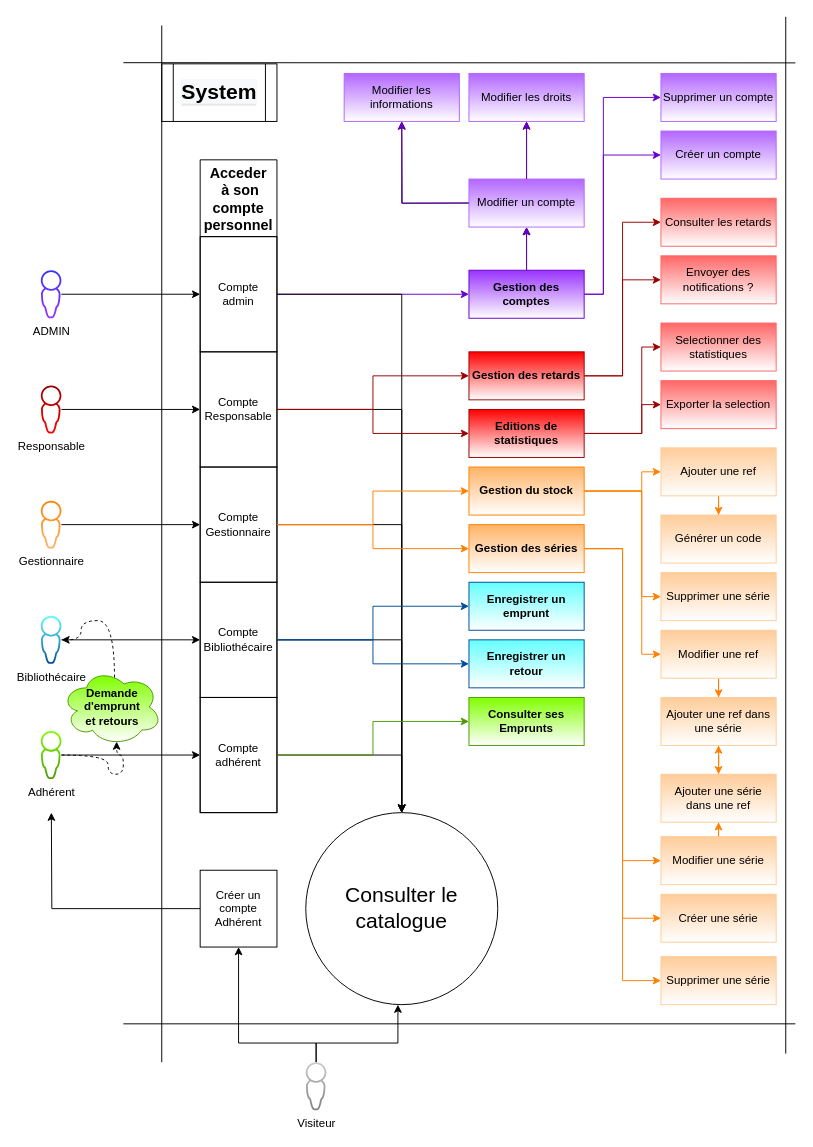
This is UML/2 Diagram fonctionnel.drawio from U-Louis/BDTK, a draw.io file, before an edit. Source tidied: cells renumbered, new cells numbered last; positions are measured from the earlier drawing's top-left corner, leaving out a move shared by most shapes. Both pictures are drawn from the tidied source at 96%, with x=0, y=0 at pixel (40, 16).
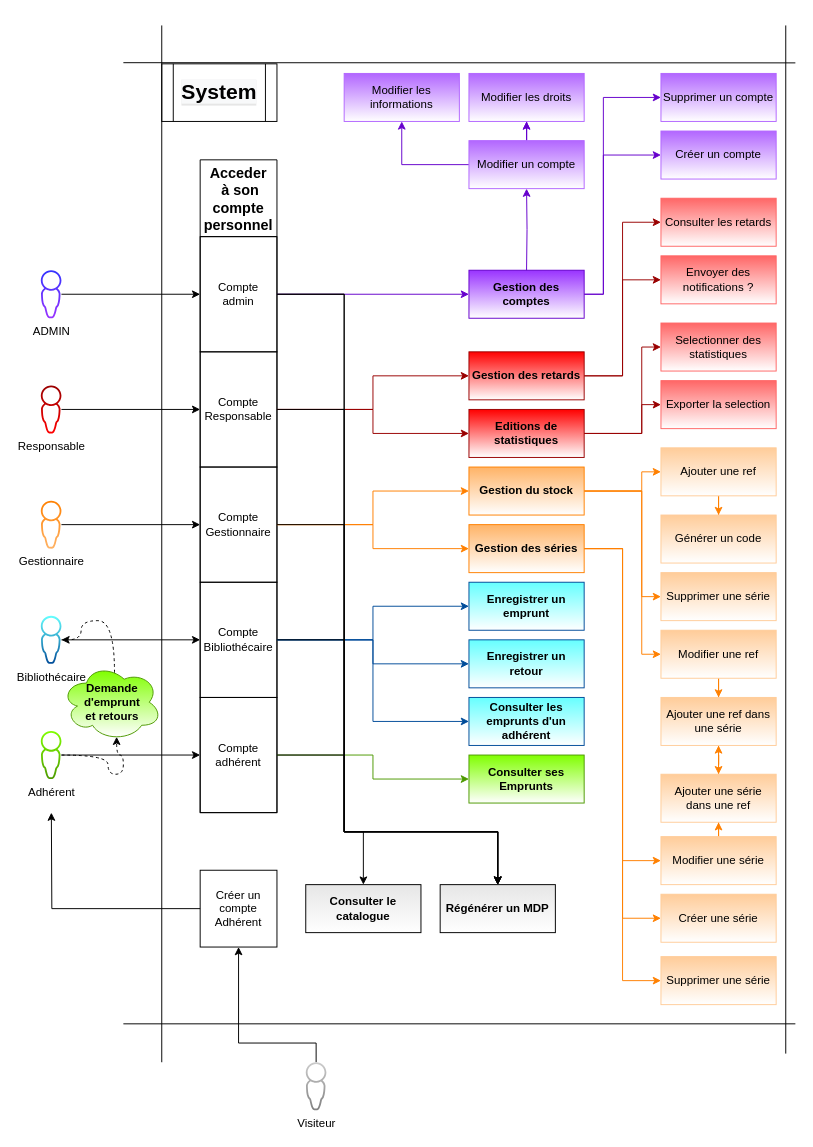
After the change.

Unchanged cells that the change refers to:
```xml
<mxCell id="16" value="Visiteur" style="shadow=0;dashed=0;html=1;strokeColor=none;labelPosition=center;verticalLabelPosition=bottom;verticalAlign=top;align=center;outlineConnect=0;shape=mxgraph.vvd.administrator;fillColor=#CCCCCC;gradientColor=#808080;" parent="1" vertex="1">
  <mxGeometry x="276" y="1089" width="21.5" height="50" as="geometry" />
</mxCell>
<mxCell id="20" value="&lt;b&gt;Gestion des comptes&lt;/b&gt;" style="rounded=0;whiteSpace=wrap;html=1;fillColor=#9933FF;gradientColor=#ffffff;strokeColor=#6600CC;" parent="1" vertex="1">
  <mxGeometry x="446" y="264" width="120" height="50" as="geometry" />
</mxCell>
<mxCell id="23" value="Compte admin" style="rounded=0;whiteSpace=wrap;html=1;fillColor=none;gradientColor=none;" parent="22" vertex="1">
  <mxGeometry y="80" width="80" height="120" as="geometry" />
</mxCell>
<mxCell id="24" value="Compte Responsable" style="rounded=0;whiteSpace=wrap;html=1;fillColor=none;gradientColor=none;" parent="22" vertex="1">
  <mxGeometry y="200" width="80" height="120" as="geometry" />
</mxCell>
<mxCell id="25" value="Compte Gestionnaire" style="rounded=0;whiteSpace=wrap;html=1;fillColor=none;gradientColor=none;" parent="22" vertex="1">
  <mxGeometry y="320" width="80" height="120" as="geometry" />
</mxCell>
<mxCell id="26" value="Compte Bibliothécaire" style="rounded=0;whiteSpace=wrap;html=1;fillColor=none;gradientColor=none;" parent="22" vertex="1">
  <mxGeometry y="440" width="80" height="120" as="geometry" />
</mxCell>
<mxCell id="27" value="Compte adhérent" style="rounded=0;whiteSpace=wrap;html=1;fillColor=none;gradientColor=none;" parent="22" vertex="1">
  <mxGeometry y="560" width="80" height="120" as="geometry" />
</mxCell>
<mxCell id="72" value="&lt;span&gt;Modifier les informations&lt;/span&gt;" style="rounded=0;whiteSpace=wrap;html=1;gradientColor=#ffffff;fillColor=#B266FF;strokeColor=#B266FF;fontStyle=0;" parent="1" vertex="1">
  <mxGeometry x="316" y="59" width="120" height="50" as="geometry" />
</mxCell>
<mxCell id="73" value="&lt;span&gt;Modifier les droits&lt;/span&gt;" style="rounded=0;whiteSpace=wrap;html=1;gradientColor=#ffffff;fillColor=#B266FF;strokeColor=#B266FF;fontStyle=0;" parent="1" vertex="1">
  <mxGeometry x="446" y="59" width="120" height="50" as="geometry" />
</mxCell>
```

Change to the diagram source:
```diff
@@
-    <mxCell id="14" style="edgeStyle=orthogonalEdgeStyle;rounded=0;jettySize=auto;html=1;entryX=0.48;entryY=1;entryDx=0;entryDy=0;entryPerimeter=0;fontSize=15;startArrow=none;startFill=0;" parent="1" edge="1" source="16" target="33">
-      <mxGeometry relative="1" as="geometry">
-        <Array as="points">
-          <mxPoint x="287" y="1069" />
-          <mxPoint x="372" y="1069" />
-        </Array>
-      </mxGeometry>
-    </mxCell>
@@
-    <mxCell id="17" style="edgeStyle=orthogonalEdgeStyle;rounded=0;jettySize=auto;html=1;entryX=0.5;entryY=1;entryDx=0;entryDy=0;" parent="1" edge="1" source="20" target="71">
-      <mxGeometry relative="1" as="geometry" />
-    </mxCell>
@@
-    <mxCell id="33" value="&lt;font style=&quot;font-size: 22px&quot;&gt;Consulter le catalogue&lt;/font&gt;" style="ellipse;whiteSpace=wrap;html=1;fillColor=none;gradientColor=none;" parent="1" vertex="1">
-      <mxGeometry x="276" y="829" width="200" height="200" as="geometry" />
-    </mxCell>
-    <mxCell id="34" style="edgeStyle=orthogonalEdgeStyle;rounded=0;jettySize=auto;html=1;entryX=0.5;entryY=0;entryDx=0;entryDy=0;" parent="1" edge="1" source="27" target="33">
-      <mxGeometry relative="1" as="geometry" />
-    </mxCell>
-    <mxCell id="35" style="edgeStyle=orthogonalEdgeStyle;rounded=0;jettySize=auto;html=1;entryX=0.5;entryY=0;entryDx=0;entryDy=0;" parent="1" edge="1" source="26" target="33">
-      <mxGeometry relative="1" as="geometry" />
-    </mxCell>
-    <mxCell id="36" style="edgeStyle=orthogonalEdgeStyle;rounded=0;jettySize=auto;html=1;entryX=0.5;entryY=0;entryDx=0;entryDy=0;" parent="1" edge="1" source="25" target="33">
-      <mxGeometry relative="1" as="geometry" />
-    </mxCell>
-    <mxCell id="37" style="edgeStyle=orthogonalEdgeStyle;rounded=0;jettySize=auto;html=1;entryX=0.5;entryY=0;entryDx=0;entryDy=0;" parent="1" edge="1" source="24" target="33">
-      <mxGeometry relative="1" as="geometry" />
-    </mxCell>
-    <mxCell id="38" style="edgeStyle=orthogonalEdgeStyle;rounded=0;jettySize=auto;html=1;entryX=0.5;entryY=0;entryDx=0;entryDy=0;exitX=1;exitY=0.5;exitDx=0;exitDy=0;" parent="1" edge="1" source="23" target="33">
-      <mxGeometry relative="1" as="geometry">
-        <Array as="points">
-          <mxPoint x="376" y="289" />
-        </Array>
-      </mxGeometry>
-    </mxCell>
@@
     <mxCell id="40" value="&lt;b&gt;Demande&lt;br&gt;&lt;/b&gt;&lt;div&gt;&lt;b&gt;d'emprunt &lt;br&gt;&lt;/b&gt;&lt;/div&gt;&lt;div&gt;&lt;b&gt;et retours&lt;br&gt;&lt;/b&gt;&lt;/div&gt;" style="ellipse;shape=cloud;whiteSpace=wrap;html=1;gradientColor=#ffffff;fillColor=#80FF00;strokeColor=#4D9900;" parent="1" vertex="1">
-      <mxGeometry x="21.5" y="679" width="104.5" height="80" as="geometry" />
+      <mxGeometry x="21.5" y="674" width="104.5" height="80" as="geometry" />
     </mxCell>
@@
     <mxCell id="63" style="endArrow=none;html=1;" parent="1" edge="1">
       <mxGeometry relative="1" as="geometry">
         <mxPoint x="776" y="1080" as="sourcePoint" />
-        <mxPoint x="776" as="targetPoint" />
+        <mxPoint x="776" y="9" as="targetPoint" />
       </mxGeometry>
     </mxCell>
@@
     <mxCell id="65" value="&lt;b&gt;Consulter ses Emprunts&lt;/b&gt;" style="rounded=0;whiteSpace=wrap;html=1;gradientColor=#ffffff;fillColor=#80FF00;strokeColor=#4D9900;" parent="1" vertex="1">
-      <mxGeometry x="446" y="709" width="120" height="50" as="geometry" />
+      <mxGeometry x="446" y="769" width="120" height="50" as="geometry" />
     </mxCell>
@@
-    <mxCell id="69" style="edgeStyle=orthogonalEdgeStyle;rounded=0;jettySize=auto;html=1;entryX=0.5;entryY=1;entryDx=0;entryDy=0;" parent="1" edge="1" source="71" target="72">
+    <mxCell id="69" style="edgeStyle=orthogonalEdgeStyle;rounded=0;jettySize=auto;html=1;entryX=0.5;entryY=1;entryDx=0;entryDy=0;strokeColor=#6600CC;" parent="1" edge="1" source="71" target="72">
       <mxGeometry relative="1" as="geometry" />
     </mxCell>
-    <mxCell id="70" style="edgeStyle=orthogonalEdgeStyle;rounded=0;jettySize=auto;html=1;entryX=0.5;entryY=1;entryDx=0;entryDy=0;" parent="1" edge="1" source="71" target="73">
-      <mxGeometry relative="1" as="geometry" />
-    </mxCell>
+    <mxCell id="95" style="edgeStyle=orthogonalEdgeStyle;rounded=0;jettySize=auto;html=1;entryX=0.5;entryY=1;entryDx=0;entryDy=0;strokeColor=#9933FF;" parent="1" edge="1" source="71" target="73">
+      <mxGeometry relative="1" as="geometry" />
+    </mxCell>
+    <mxCell id="96" style="edgeStyle=orthogonalEdgeStyle;rounded=0;jettySize=auto;html=1;strokeColor=#6600CC;" parent="1" edge="1" source="71" target="73">
+      <mxGeometry relative="1" as="geometry" />
+    </mxCell>
     <mxCell id="71" value="&lt;span&gt;Modifier un compte&lt;/span&gt;" style="rounded=0;whiteSpace=wrap;html=1;gradientColor=#ffffff;fillColor=#B266FF;strokeColor=#B266FF;fontStyle=0;" parent="1" vertex="1">
-      <mxGeometry x="446" y="169" width="120" height="50" as="geometry" />
+      <mxGeometry x="446" y="129" width="120" height="50" as="geometry" />
     </mxCell>
@@
-    <mxCell id="78" style="edgeStyle=orthogonalEdgeStyle;rounded=0;orthogonalLoop=1;jettySize=auto;html=1;entryX=0.5;entryY=1;entryDx=0;entryDy=0;strokeColor=#6600CC;" parent="1" edge="1">
-      <mxGeometry relative="1" as="geometry">
-        <mxPoint x="506" y="169" as="sourcePoint" />
-        <mxPoint x="506" y="109" as="targetPoint" />
-      </mxGeometry>
-    </mxCell>
-    <mxCell id="79" style="edgeStyle=orthogonalEdgeStyle;rounded=0;orthogonalLoop=1;jettySize=auto;html=1;entryX=0.5;entryY=1;entryDx=0;entryDy=0;strokeColor=#6600CC;" parent="1" edge="1">
-      <mxGeometry relative="1" as="geometry">
-        <mxPoint x="446" y="194" as="sourcePoint" />
-        <mxPoint x="376" y="109" as="targetPoint" />
-      </mxGeometry>
-    </mxCell>
-    <mxCell id="80" style="edgeStyle=orthogonalEdgeStyle;rounded=0;orthogonalLoop=1;jettySize=auto;html=1;entryX=0.5;entryY=1;entryDx=0;entryDy=0;strokeColor=#6600CC;" parent="1" edge="1">
+    <mxCell id="80" style="edgeStyle=orthogonalEdgeStyle;rounded=0;jettySize=auto;html=1;entryX=0.5;entryY=1;entryDx=0;entryDy=0;strokeColor=#6600CC;" parent="1" edge="1" target="71">
       <mxGeometry relative="1" as="geometry">
         <mxPoint x="506" y="264" as="sourcePoint" />
-        <mxPoint x="506" y="219" as="targetPoint" />
       </mxGeometry>
     </mxCell>
@@
+    <mxCell id="97" value="&lt;b&gt;Régénérer un MDP&lt;/b&gt;" style="rounded=0;whiteSpace=wrap;html=1;gradientColor=#ffffff;fillColor=#E6E6E6;" parent="1" vertex="1">
+      <mxGeometry x="416" y="904" width="120" height="50" as="geometry" />
+    </mxCell>
+    <mxCell id="98" value="&lt;b&gt;Consulter les emprunts d'un adhérent&lt;/b&gt;" style="rounded=0;whiteSpace=wrap;html=1;fillColor=#66FFFF;gradientColor=#ffffff;strokeColor=#004C99;" parent="1" vertex="1">
+      <mxGeometry x="446" y="709" width="120" height="50" as="geometry" />
+    </mxCell>
+    <mxCell id="99" style="edgeStyle=orthogonalEdgeStyle;rounded=0;jettySize=auto;html=1;entryX=0;entryY=0.5;entryDx=0;entryDy=0;strokeColor=#004C99;" parent="1" edge="1" source="26" target="98">
+      <mxGeometry relative="1" as="geometry" />
+    </mxCell>
+    <mxCell id="100" style="edgeStyle=orthogonalEdgeStyle;rounded=0;jettySize=auto;html=1;entryX=0.5;entryY=0;entryDx=0;entryDy=0;" parent="1" edge="1" source="23" target="97">
+      <mxGeometry relative="1" as="geometry">
+        <Array as="points">
+          <mxPoint x="316" y="289" />
+          <mxPoint x="316" y="849" />
+          <mxPoint x="476" y="849" />
+        </Array>
+      </mxGeometry>
+    </mxCell>
+    <mxCell id="101" style="edgeStyle=orthogonalEdgeStyle;rounded=0;jettySize=auto;html=1;entryX=0.5;entryY=0;entryDx=0;entryDy=0;" parent="1" edge="1" source="24" target="97">
+      <mxGeometry relative="1" as="geometry">
+        <Array as="points">
+          <mxPoint x="316" y="409" />
+          <mxPoint x="316" y="849" />
+          <mxPoint x="476" y="849" />
+        </Array>
+      </mxGeometry>
+    </mxCell>
+    <mxCell id="102" style="edgeStyle=orthogonalEdgeStyle;rounded=0;jettySize=auto;html=1;entryX=0.5;entryY=0;entryDx=0;entryDy=0;" parent="1" edge="1" source="25" target="97">
+      <mxGeometry relative="1" as="geometry">
+        <Array as="points">
+          <mxPoint x="316" y="529" />
+          <mxPoint x="316" y="849" />
+          <mxPoint x="476" y="849" />
+        </Array>
+      </mxGeometry>
+    </mxCell>
+    <mxCell id="103" style="edgeStyle=orthogonalEdgeStyle;rounded=0;jettySize=auto;html=1;entryX=0.5;entryY=0;entryDx=0;entryDy=0;" parent="1" edge="1" source="26" target="97">
+      <mxGeometry relative="1" as="geometry">
+        <Array as="points">
+          <mxPoint x="316" y="649" />
+          <mxPoint x="316" y="849" />
+          <mxPoint x="476" y="849" />
+        </Array>
+      </mxGeometry>
+    </mxCell>
+    <mxCell id="104" style="edgeStyle=orthogonalEdgeStyle;rounded=0;jettySize=auto;html=1;entryX=0.5;entryY=0;entryDx=0;entryDy=0;" parent="1" edge="1" source="27" target="97">
+      <mxGeometry relative="1" as="geometry">
+        <Array as="points">
+          <mxPoint x="316" y="769" />
+          <mxPoint x="316" y="849" />
+          <mxPoint x="476" y="849" />
+        </Array>
+      </mxGeometry>
+    </mxCell>
+    <mxCell id="33" value="&lt;b&gt;Consulter le catalogue&lt;/b&gt;" style="rounded=0;whiteSpace=wrap;html=1;gradientColor=#ffffff;fillColor=#E6E6E6;" parent="1" vertex="1">
+      <mxGeometry x="276" y="904" width="120" height="50" as="geometry" />
+    </mxCell>
+    <mxCell id="38" style="edgeStyle=orthogonalEdgeStyle;rounded=0;jettySize=auto;html=1;entryX=0.5;entryY=0;entryDx=0;entryDy=0;strokeColor=#000000;" parent="1" edge="1" source="23" target="33">
+      <mxGeometry relative="1" as="geometry">
+        <Array as="points">
+          <mxPoint x="316" y="289" />
+          <mxPoint x="316" y="849" />
+          <mxPoint x="336" y="849" />
+        </Array>
+      </mxGeometry>
+    </mxCell>
```
